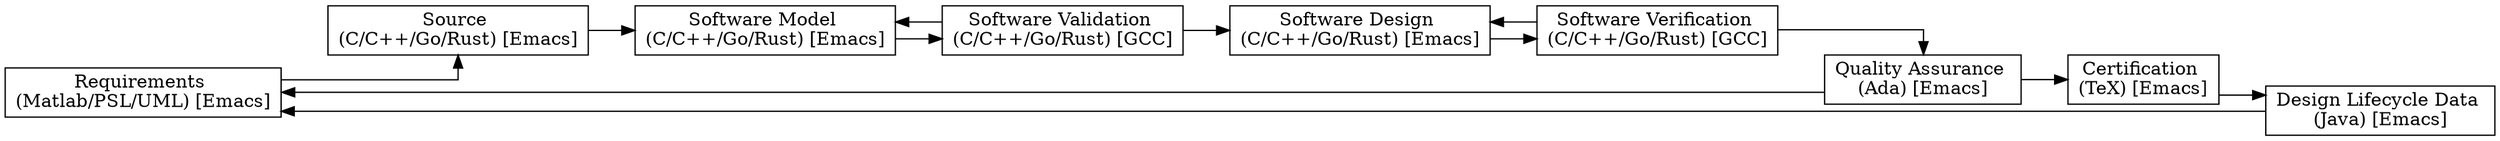
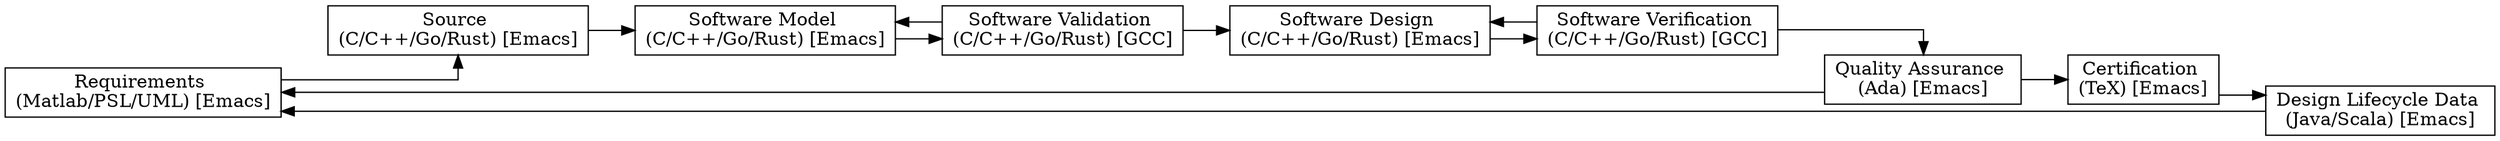
digraph Project {
  // Introduction
  graph [rankdir = LR, splines=ortho];
  node[shape=record];

  // Blocks
  Requirements[label="Requirements \n(Matlab/PSL/UML) [Emacs]"];
  Source[label="Source \n(C/C++/Go/Rust) [Emacs]"];
  Model[label="Software Model \n(C/C++/Go/Rust) [Emacs]"];
  Validation[label="Software Validation \n(C/C++/Go/Rust) [GCC]"];
  Design[label="Software Design \n(C/C++/Go/Rust) [Emacs]"];
  Verification[label="Software Verification \n(C/C++/Go/Rust) [GCC]"];
  Quality[label="Quality Assurance \n(Ada) [Emacs]"];
  Certification[label="Certification \n(TeX) [Emacs]"];
-   Lifecycle[label="Design Lifecycle Data \n(Java) [Emacs]"];
+   Lifecycle[label="Design Lifecycle Data \n(Java/Scala) [Emacs]"];

  // Sequence
  Requirements -> Source;
  Source -> Model;
  Model -> Validation;
  Validation -> Design;
  Design -> Verification;
  Verification -> Quality;
  Quality -> Certification;
  Certification -> Lifecycle;
  Lifecycle -> Requirements;

  // Feedback
  Validation -> Model;
  Verification -> Design;
  Quality -> Requirements;
}
